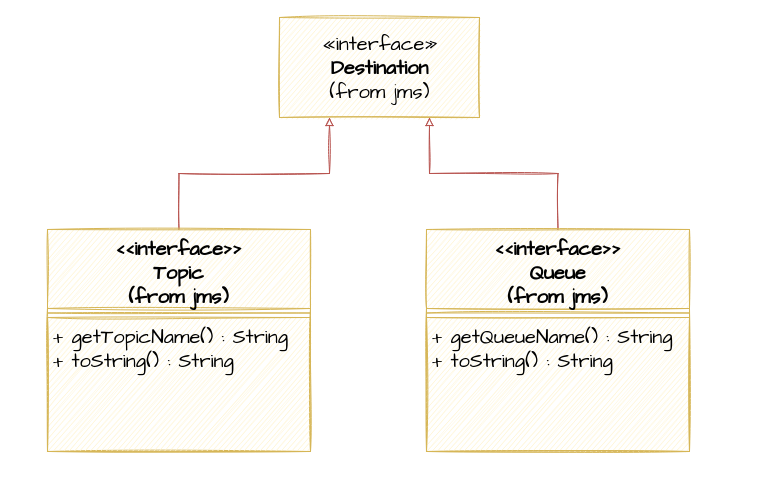
This is img/source/img14.drawio from dariodenardi/Sistemi-Distribuiti-M, a draw.io file, before an edit. Source tidied: cells renumbered, new cells numbered last; positions are measured from the earlier drawing's top-left corner, leaving out a move shared by most shapes. Both pictures are drawn from the tidied source at 100%, with x=0, y=0 at pixel (47, 17).
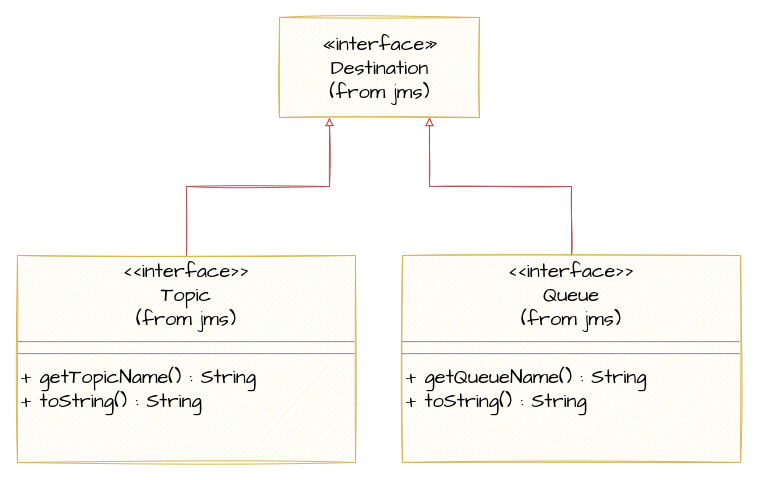
The same diagram, later.

Change to the diagram source:
```diff
@@
 <mxGraphModel>
   <root>
     <mxCell id="0" />
     <mxCell id="1" parent="0" />
-    <mxCell id="2" value="«interface»&lt;br&gt;&lt;div&gt;&lt;b&gt;Destination&lt;/b&gt;&lt;/div&gt;(from jms)" style="html=1;sketch=1;fontFamily=Architects Daughter;fontSize=20;fillColor=#fff2cc;strokeColor=#d6b656;" parent="1" vertex="1">
+    <mxCell id="2" value="«interface»&lt;br&gt;&lt;div&gt;Destination&lt;/div&gt;(from jms)" style="html=1;sketch=1;fontFamily=Architects Daughter;fontSize=20;fillColor=#fff2cc;strokeColor=#d6b656;" parent="1" vertex="1">
       <mxGeometry x="232" width="200" height="100" as="geometry" />
     </mxCell>
-    <mxCell id="3" style="edgeStyle=orthogonalEdgeStyle;rounded=0;sketch=1;jettySize=auto;html=1;exitX=0.5;exitY=0;exitDx=0;exitDy=0;entryX=0.25;entryY=1;entryDx=0;entryDy=0;fontFamily=Architects Daughter;fontSize=20;startArrow=none;startFill=0;endArrow=block;endFill=0;fillColor=#f8cecc;strokeColor=#b85450;" parent="1" edge="1" source="4" target="2">
-      <mxGeometry relative="1" as="geometry" />
-    </mxCell>
-    <mxCell id="4" value="&lt;&lt;interface&gt;&gt;&#10;Topic&#10;(from jms)&#10;" style="swimlane;fontStyle=1;align=center;verticalAlign=top;horizontal=1;startSize=79;sketch=1;fontFamily=Architects Daughter;fontSize=20;fillColor=#fff2cc;strokeColor=#d6b656;" parent="1" vertex="1">
-      <mxGeometry y="212" width="263" height="222" as="geometry" />
-    </mxCell>
-    <mxCell id="5" style="line;strokeWidth=1;fillColor=#fff2cc;align=left;verticalAlign=middle;spacingTop=-1;spacingLeft=3;spacingRight=3;labelPosition=right;sketch=1;fontFamily=Architects Daughter;fontSize=20;strokeColor=#d6b656;" parent="4" vertex="1">
-      <mxGeometry y="79" width="263" height="9" as="geometry" />
-    </mxCell>
-    <mxCell id="6" value="+ getTopicName() : String &#10;+ toString() : String" style="text;strokeColor=#d6b656;fillColor=#fff2cc;align=left;verticalAlign=top;spacingLeft=4;spacingRight=4;overflow=hidden;sketch=1;fontFamily=Architects Daughter;fontSize=20;" parent="4" vertex="1">
-      <mxGeometry y="88" width="263" height="134" as="geometry" />
-    </mxCell>
-    <mxCell id="7" style="edgeStyle=orthogonalEdgeStyle;rounded=0;sketch=1;jettySize=auto;html=1;entryX=0.75;entryY=1;entryDx=0;entryDy=0;fontFamily=Architects Daughter;fontSize=20;startArrow=none;startFill=0;endArrow=block;endFill=0;fillColor=#f8cecc;strokeColor=#b85450;" parent="1" edge="1" source="8" target="2">
-      <mxGeometry relative="1" as="geometry" />
-    </mxCell>
-    <mxCell id="8" value="&lt;&lt;interface&gt;&gt;&#10;Queue&#10;(from jms)&#10;" style="swimlane;fontStyle=1;align=center;verticalAlign=top;horizontal=1;startSize=79;sketch=1;fontFamily=Architects Daughter;fontSize=20;fillColor=#fff2cc;strokeColor=#d6b656;" parent="1" vertex="1">
-      <mxGeometry x="379" y="212" width="263" height="222" as="geometry" />
-    </mxCell>
-    <mxCell id="9" style="line;strokeWidth=1;fillColor=#fff2cc;align=left;verticalAlign=middle;spacingTop=-1;spacingLeft=3;spacingRight=3;labelPosition=right;sketch=1;fontFamily=Architects Daughter;fontSize=20;strokeColor=#d6b656;" parent="8" vertex="1">
-      <mxGeometry y="79" width="263" height="9" as="geometry" />
-    </mxCell>
-    <mxCell id="10" value="+ getQueueName() : String &#10;+ toString() : String" style="text;strokeColor=#d6b656;fillColor=#fff2cc;align=left;verticalAlign=top;spacingLeft=4;spacingRight=4;overflow=hidden;sketch=1;fontFamily=Architects Daughter;fontSize=20;" parent="8" vertex="1">
-      <mxGeometry y="88" width="263" height="134" as="geometry" />
-    </mxCell>
+    <mxCell id="11" style="edgeStyle=orthogonalEdgeStyle;rounded=0;sketch=1;jettySize=auto;html=1;entryX=0.25;entryY=1;entryDx=0;entryDy=0;fontFamily=Architects Daughter;fontSize=20;fillColor=#f8cecc;strokeColor=#b85450;endArrow=block;endFill=0;" parent="1" edge="1" source="12" target="2">
+      <mxGeometry relative="1" as="geometry" />
+    </mxCell>
+    <mxCell id="12" value="&lt;p style=&quot;margin: 4px 0px 0px ; text-align: center ; font-size: 20px&quot;&gt;&amp;lt;&amp;lt;interface&amp;gt;&amp;gt;&lt;br&gt;Topic&lt;br&gt;(from jms)&lt;/p&gt;&lt;hr style=&quot;font-size: 20px&quot;&gt;&lt;hr style=&quot;font-size: 20px&quot;&gt;&lt;p style=&quot;margin: 0px 0px 0px 4px ; font-size: 20px&quot;&gt;+ getTopicName() : String &lt;br&gt;+ toString() : String&lt;/p&gt;" style="verticalAlign=top;align=left;overflow=fill;fontSize=20;fontFamily=Architects Daughter;html=1;sketch=1;fillColor=#fff2cc;strokeColor=#d6b656;" parent="1" vertex="1">
+      <mxGeometry x="-30" y="238" width="338" height="207" as="geometry" />
+    </mxCell>
+    <mxCell id="13" style="edgeStyle=orthogonalEdgeStyle;rounded=0;sketch=1;jettySize=auto;html=1;entryX=0.75;entryY=1;entryDx=0;entryDy=0;fontFamily=Architects Daughter;fontSize=20;fillColor=#f8cecc;strokeColor=#b85450;endArrow=block;endFill=0;" parent="1" edge="1" source="14" target="2">
+      <mxGeometry relative="1" as="geometry" />
+    </mxCell>
+    <mxCell id="14" value="&lt;p style=&quot;margin: 4px 0px 0px ; text-align: center ; font-size: 20px&quot;&gt;&amp;lt;&amp;lt;interface&amp;gt;&amp;gt;&lt;br&gt;Queue&lt;br&gt;(from jms)&lt;/p&gt;&lt;hr style=&quot;font-size: 20px&quot;&gt;&lt;hr style=&quot;font-size: 20px&quot;&gt;&lt;p style=&quot;margin: 0px 0px 0px 4px ; font-size: 20px&quot;&gt;+ getQueueName() : String &lt;br&gt;+ toString() : String&lt;/p&gt;" style="verticalAlign=top;align=left;overflow=fill;fontSize=20;fontFamily=Architects Daughter;html=1;sketch=1;fillColor=#fff2cc;strokeColor=#d6b656;" parent="1" vertex="1">
+      <mxGeometry x="355" y="238" width="338" height="207" as="geometry" />
+    </mxCell>
   </root>
 </mxGraphModel>
```
